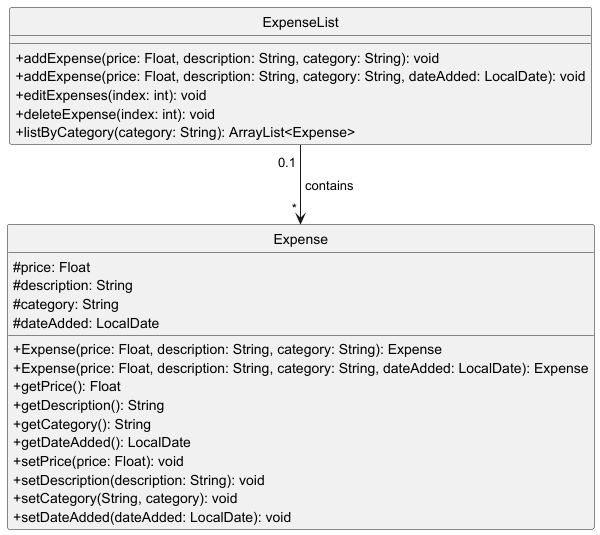
Before: docs/diagrams/images/ExpenseAndExpenseList.png, a diagram exported from PlantUML (nus-cs2113-AY2425S1/tp).
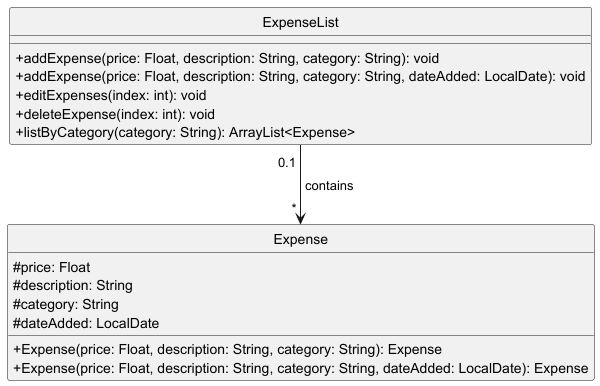
Later version of the same file.

Commit message:
Update classUML for Expense and ExpenseList

Diff of the diagram source:
```diff
@@ -9,14 +9,6 @@
     #dateAdded: LocalDate
     +Expense(price: Float, description: String, category: String): Expense
     +Expense(price: Float, description: String, category: String, dateAdded: LocalDate): Expense
-    +getPrice(): Float
-    +getDescription(): String
-    +getCategory(): String
-    +getDateAdded(): LocalDate
-    +setPrice(price: Float): void
-    +setDescription(description: String): void
-    +setCategory(String, category): void
-    +setDateAdded(dateAdded: LocalDate): void
 }
 
 class ExpenseList {
```
